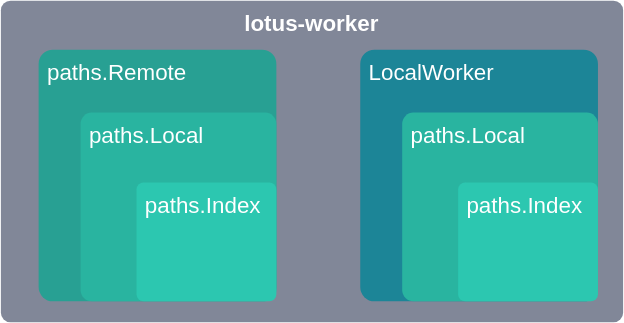
Before: lotus-worker-interface.svg, a diagram exported from draw.io (rjan90/Diagram). Source tidied: cells renumbered, new cells last; positions are measured from the earlier drawing's top-left corner, leaving out a move shared by most shapes. Source of this version:
```xml
<mxGraphModel>
  <root>
    <mxCell id="0" />
    <mxCell id="1" parent="0" />
    <mxCell id="2" value="&lt;font color=&quot;#ffffff&quot;&gt;&lt;b&gt;lotus-worker&lt;/b&gt;&lt;/font&gt;" style="rounded=1;whiteSpace=wrap;html=1;verticalAlign=top;fontSize=16;strokeColor=none;fillColor=#818798;glass=0;sketch=0;shadow=0;arcSize=3;" parent="1" vertex="1">
      <mxGeometry width="445" height="230" as="geometry" />
    </mxCell>
    <mxCell id="3" value="&amp;nbsp;paths.Remote" style="rounded=1;whiteSpace=wrap;html=1;shadow=0;glass=0;labelBackgroundColor=none;sketch=0;fontSize=16;fontColor=#FFFFFF;fillColor=#28a093;arcSize=6;strokeColor=none;verticalAlign=top;align=left;" parent="1" vertex="1">
      <mxGeometry x="27" y="35" width="170" height="180" as="geometry" />
    </mxCell>
    <mxCell id="4" value="&amp;nbsp;paths.Local" style="rounded=1;whiteSpace=wrap;html=1;shadow=0;glass=0;labelBackgroundColor=none;sketch=0;fontSize=16;fontColor=#FFFFFF;fillColor=#29b4a0;arcSize=6;strokeColor=none;verticalAlign=top;align=left;" parent="1" vertex="1">
      <mxGeometry x="57" y="80" width="140" height="135" as="geometry" />
    </mxCell>
    <mxCell id="5" value="&amp;nbsp;paths.Index" style="rounded=1;whiteSpace=wrap;html=1;shadow=0;glass=0;labelBackgroundColor=none;sketch=0;fontSize=16;fontColor=#FFFFFF;fillColor=#2cc7b0;arcSize=6;strokeColor=none;verticalAlign=top;align=left;" parent="1" vertex="1">
      <mxGeometry x="97" y="130" width="100" height="85" as="geometry" />
    </mxCell>
    <mxCell id="6" value="&amp;nbsp;LocalWorker" style="rounded=1;whiteSpace=wrap;html=1;shadow=0;glass=0;labelBackgroundColor=none;sketch=0;fontSize=16;fontColor=#FFFFFF;fillColor=#1c8597;arcSize=6;strokeColor=none;verticalAlign=top;align=left;" parent="1" vertex="1">
      <mxGeometry x="257" y="35" width="170" height="180" as="geometry" />
    </mxCell>
    <mxCell id="7" value="&amp;nbsp;paths.Local" style="rounded=1;whiteSpace=wrap;html=1;shadow=0;glass=0;labelBackgroundColor=none;sketch=0;fontSize=16;fontColor=#FFFFFF;fillColor=#29b4a0;arcSize=6;strokeColor=none;verticalAlign=top;align=left;" parent="1" vertex="1">
      <mxGeometry x="287" y="80" width="140" height="135" as="geometry" />
    </mxCell>
    <mxCell id="8" value="&amp;nbsp;paths.Index" style="rounded=1;whiteSpace=wrap;html=1;shadow=0;glass=0;labelBackgroundColor=none;sketch=0;fontSize=16;fontColor=#FFFFFF;fillColor=#2cc7b0;arcSize=6;strokeColor=none;verticalAlign=top;align=left;" parent="1" vertex="1">
      <mxGeometry x="327" y="130" width="100" height="85" as="geometry" />
    </mxCell>
  </root>
</mxGraphModel>
```
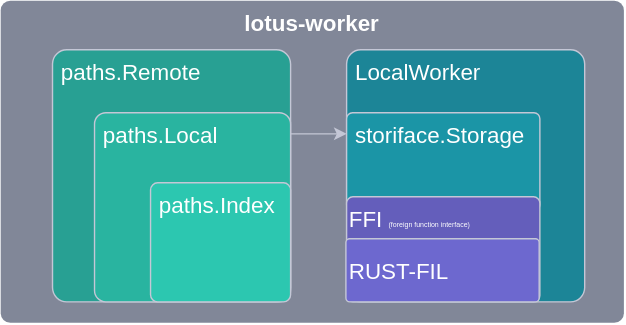
The same diagram one commit later.

What changed in the source:
```diff
@@ -5,23 +5,34 @@
     <mxCell id="2" value="&lt;font color=&quot;#ffffff&quot;&gt;&lt;b&gt;lotus-worker&lt;/b&gt;&lt;/font&gt;" style="rounded=1;whiteSpace=wrap;html=1;verticalAlign=top;fontSize=16;strokeColor=none;fillColor=#818798;glass=0;sketch=0;shadow=0;arcSize=3;" parent="1" vertex="1">
       <mxGeometry width="445" height="230" as="geometry" />
     </mxCell>
-    <mxCell id="3" value="&amp;nbsp;paths.Remote" style="rounded=1;whiteSpace=wrap;html=1;shadow=0;glass=0;labelBackgroundColor=none;sketch=0;fontSize=16;fontColor=#FFFFFF;fillColor=#28a093;arcSize=6;strokeColor=none;verticalAlign=top;align=left;" parent="1" vertex="1">
-      <mxGeometry x="27" y="35" width="170" height="180" as="geometry" />
+    <mxCell id="3" value="&amp;nbsp;paths.Remote" style="rounded=1;whiteSpace=wrap;html=1;shadow=0;glass=0;labelBackgroundColor=none;sketch=0;fontSize=16;fontColor=#FFFFFF;fillColor=#28a093;arcSize=6;strokeColor=#C4C7D6;verticalAlign=top;align=left;" parent="1" vertex="1">
+      <mxGeometry x="37" y="35" width="170" height="180" as="geometry" />
     </mxCell>
+    <mxCell id="9" style="edgeStyle=orthogonalEdgeStyle;rounded=0;jettySize=auto;html=1;fontSize=16;fontColor=#616785;strokeColor=#C4C7D6;" parent="1" edge="1" source="4" target="7">
+      <mxGeometry relative="1" as="geometry">
+        <Array as="points">
+          <mxPoint x="217" y="95" />
+          <mxPoint x="217" y="95" />
+        </Array>
+      </mxGeometry>
+    </mxCell>
-    <mxCell id="4" value="&amp;nbsp;paths.Local" style="rounded=1;whiteSpace=wrap;html=1;shadow=0;glass=0;labelBackgroundColor=none;sketch=0;fontSize=16;fontColor=#FFFFFF;fillColor=#29b4a0;arcSize=6;strokeColor=none;verticalAlign=top;align=left;" parent="1" vertex="1">
-      <mxGeometry x="57" y="80" width="140" height="135" as="geometry" />
+    <mxCell id="4" value="&amp;nbsp;paths.Local" style="rounded=1;whiteSpace=wrap;html=1;shadow=0;glass=0;labelBackgroundColor=none;sketch=0;fontSize=16;fontColor=#FFFFFF;fillColor=#29b4a0;arcSize=6;strokeColor=#C4C7D6;verticalAlign=top;align=left;" parent="1" vertex="1">
+      <mxGeometry x="67" y="80" width="140" height="135" as="geometry" />
     </mxCell>
-    <mxCell id="5" value="&amp;nbsp;paths.Index" style="rounded=1;whiteSpace=wrap;html=1;shadow=0;glass=0;labelBackgroundColor=none;sketch=0;fontSize=16;fontColor=#FFFFFF;fillColor=#2cc7b0;arcSize=6;strokeColor=none;verticalAlign=top;align=left;" parent="1" vertex="1">
-      <mxGeometry x="97" y="130" width="100" height="85" as="geometry" />
+    <mxCell id="5" value="&amp;nbsp;paths.Index" style="rounded=1;whiteSpace=wrap;html=1;shadow=0;glass=0;labelBackgroundColor=none;sketch=0;fontSize=16;fontColor=#FFFFFF;fillColor=#2cc7b0;arcSize=6;strokeColor=#C4C7D6;verticalAlign=top;align=left;" parent="1" vertex="1">
+      <mxGeometry x="107" y="130" width="100" height="85" as="geometry" />
     </mxCell>
-    <mxCell id="6" value="&amp;nbsp;LocalWorker" style="rounded=1;whiteSpace=wrap;html=1;shadow=0;glass=0;labelBackgroundColor=none;sketch=0;fontSize=16;fontColor=#FFFFFF;fillColor=#1c8597;arcSize=6;strokeColor=none;verticalAlign=top;align=left;" parent="1" vertex="1">
-      <mxGeometry x="257" y="35" width="170" height="180" as="geometry" />
+    <mxCell id="6" value="&amp;nbsp;LocalWorker" style="rounded=1;whiteSpace=wrap;html=1;shadow=0;glass=0;labelBackgroundColor=none;sketch=0;fontSize=16;fontColor=#FFFFFF;fillColor=#1c8597;arcSize=6;strokeColor=#C4C7D6;verticalAlign=top;align=left;" parent="1" vertex="1">
+      <mxGeometry x="247" y="35" width="170" height="180" as="geometry" />
     </mxCell>
-    <mxCell id="7" value="&amp;nbsp;paths.Local" style="rounded=1;whiteSpace=wrap;html=1;shadow=0;glass=0;labelBackgroundColor=none;sketch=0;fontSize=16;fontColor=#FFFFFF;fillColor=#29b4a0;arcSize=6;strokeColor=none;verticalAlign=top;align=left;" parent="1" vertex="1">
-      <mxGeometry x="287" y="80" width="140" height="135" as="geometry" />
+    <mxCell id="7" value="&amp;nbsp;storiface.Storage" style="rounded=1;whiteSpace=wrap;html=1;shadow=0;glass=0;labelBackgroundColor=none;sketch=0;fontSize=16;fontColor=#FFFFFF;fillColor=#1b95a6;arcSize=6;strokeColor=#C4C7D6;verticalAlign=top;align=left;" parent="1" vertex="1">
+      <mxGeometry x="247" y="80" width="138" height="70" as="geometry" />
     </mxCell>
-    <mxCell id="8" value="&amp;nbsp;paths.Index" style="rounded=1;whiteSpace=wrap;html=1;shadow=0;glass=0;labelBackgroundColor=none;sketch=0;fontSize=16;fontColor=#FFFFFF;fillColor=#2cc7b0;arcSize=6;strokeColor=none;verticalAlign=top;align=left;" parent="1" vertex="1">
-      <mxGeometry x="327" y="130" width="100" height="85" as="geometry" />
+    <mxCell id="8" value="FFI &lt;font style=&quot;font-size: 5px;&quot;&gt;(foreign function interface)&lt;/font&gt;" style="rounded=1;html=1;shadow=0;glass=0;labelBackgroundColor=none;sketch=0;fontSize=16;fontColor=#FFFFFF;fillColor=#645ebb;arcSize=6;strokeColor=#C4C7D6;verticalAlign=top;align=left;gradientColor=none;whiteSpace=wrap;" parent="1" vertex="1">
+      <mxGeometry x="247" y="140" width="138" height="75" as="geometry" />
     </mxCell>
+    <mxCell id="10" value="RUST-FIL" style="rounded=1;html=1;shadow=0;glass=0;labelBackgroundColor=none;sketch=0;fontSize=16;fontColor=#FFFFFF;fillColor=#6d68cf;arcSize=6;strokeColor=#C4C7D6;verticalAlign=middle;align=left;gradientColor=none;whiteSpace=wrap;" parent="1" vertex="1">
+      <mxGeometry x="246.5" y="170" width="138" height="45" as="geometry" />
+    </mxCell>
   </root>
 </mxGraphModel>
```
